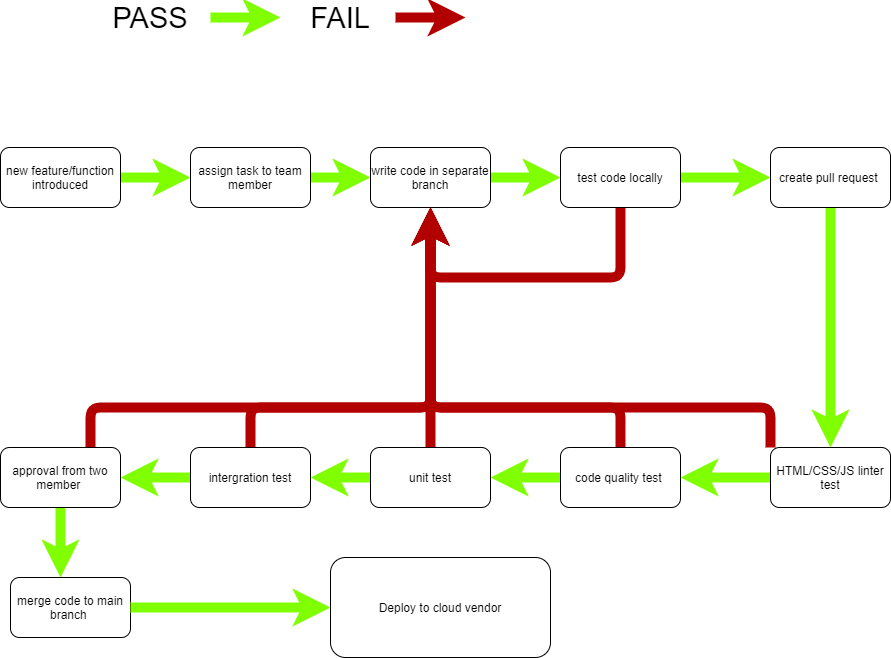
Before: admin/cipipeline/phase1.drawio.png, a diagram exported from draw.io (Big-Bytez/cse110-fa21-group19). Source tidied: cells renumbered, new cells last; positions are measured from the earlier drawing's top-left corner, leaving out a move shared by most shapes.
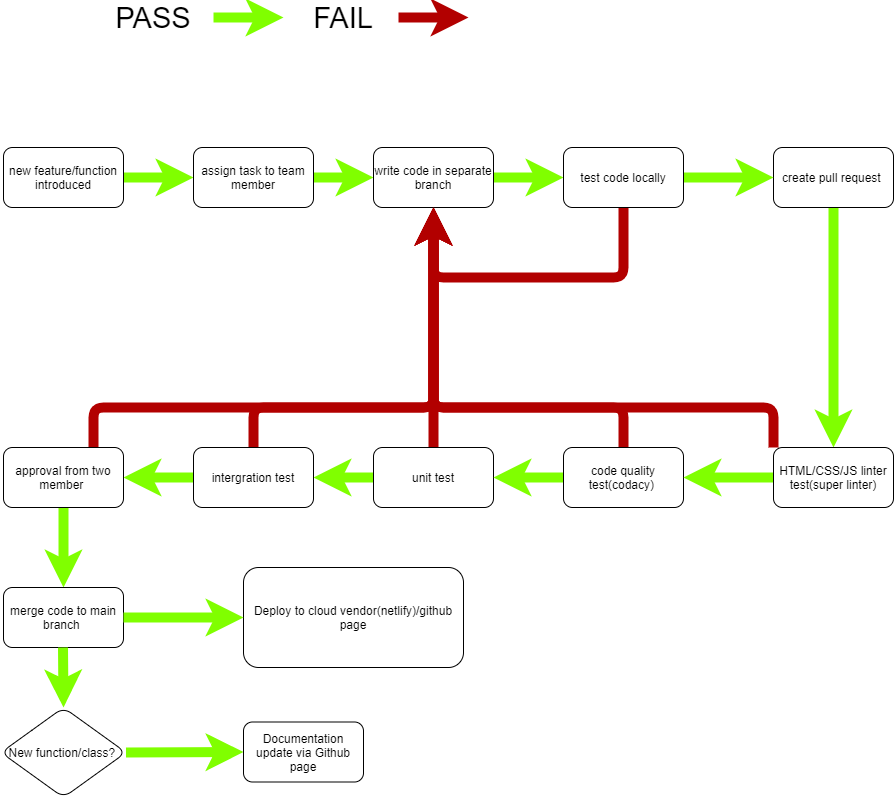
After the commit.

Commit message:
upload cicd overview

Diff of the diagram source:
```diff
@@ -42,10 +42,8 @@
     <mxCell id="11" value="intergration test" style="rounded=1;whiteSpace=wrap;html=1;" parent="1" vertex="1">
       <mxGeometry x="190" y="440" width="120" height="60" as="geometry" />
     </mxCell>
-    <mxCell id="12" style="edgeStyle=none;html=1;strokeWidth=10;fillColor=#60a917;strokeColor=#80FF00;entryX=0.5;entryY=0;entryDx=0;entryDy=0;" parent="1" edge="1" source="14">
-      <mxGeometry relative="1" as="geometry">
-        <mxPoint x="60" y="570" as="targetPoint" />
-      </mxGeometry>
+    <mxCell id="12" style="edgeStyle=none;html=1;strokeWidth=10;fillColor=#60a917;strokeColor=#80FF00;entryX=0.5;entryY=0;entryDx=0;entryDy=0;" parent="1" edge="1" source="14" target="15">
+      <mxGeometry relative="1" as="geometry" />
     </mxCell>
     <mxCell id="13" style="edgeStyle=none;html=1;exitX=0.75;exitY=0;exitDx=0;exitDy=0;strokeWidth=10;fillColor=#e51400;strokeColor=#B20000;" parent="1" edge="1" source="14">
       <mxGeometry relative="1" as="geometry">
@@ -60,7 +58,7 @@
       <mxGeometry y="440" width="120" height="60" as="geometry" />
     </mxCell>
     <mxCell id="15" value="merge code to main branch&amp;nbsp;" style="whiteSpace=wrap;html=1;rounded=1;" parent="1" vertex="1">
-      <mxGeometry x="10" y="570" width="120" height="60" as="geometry" />
+      <mxGeometry y="580" width="120" height="60" as="geometry" />
     </mxCell>
     <mxCell id="16" style="edgeStyle=none;html=1;strokeWidth=10;fillColor=#60a917;strokeColor=#80FF00;" parent="1" edge="1" source="17" target="19">
       <mxGeometry relative="1" as="geometry" />
@@ -101,7 +99,7 @@
         </Array>
       </mxGeometry>
     </mxCell>
-    <mxCell id="25" value="code quality test&amp;nbsp;" style="rounded=1;whiteSpace=wrap;html=1;" parent="1" vertex="1">
+    <mxCell id="25" value="code quality test(codacy)&amp;nbsp;" style="rounded=1;whiteSpace=wrap;html=1;" parent="1" vertex="1">
       <mxGeometry x="560" y="440" width="120" height="60" as="geometry" />
     </mxCell>
     <mxCell id="26" style="edgeStyle=none;html=1;strokeWidth=10;strokeColor=#80FF00;" parent="1" edge="1" source="28" target="25">
@@ -115,11 +113,11 @@
         </Array>
       </mxGeometry>
     </mxCell>
-    <mxCell id="28" value="&lt;span&gt;HTML/CSS/JS linter test&lt;/span&gt;" style="rounded=1;whiteSpace=wrap;html=1;" parent="1" vertex="1">
+    <mxCell id="28" value="&lt;span&gt;HTML/CSS/JS linter test(super linter)&lt;/span&gt;" style="rounded=1;whiteSpace=wrap;html=1;" parent="1" vertex="1">
       <mxGeometry x="770" y="440" width="120" height="60" as="geometry" />
     </mxCell>
-    <mxCell id="29" value="Deploy to cloud vendor" style="whiteSpace=wrap;html=1;rounded=1;" parent="1" vertex="1">
-      <mxGeometry x="330" y="550" width="220" height="100" as="geometry" />
+    <mxCell id="29" value="Deploy to cloud vendor(netlify)/github page" style="whiteSpace=wrap;html=1;rounded=1;" parent="1" vertex="1">
+      <mxGeometry x="240" y="560" width="220" height="100" as="geometry" />
     </mxCell>
     <mxCell id="30" style="endArrow=classic;html=1;strokeWidth=10;fillColor=#60a917;strokeColor=#80FF00;" parent="1" edge="1">
       <mxGeometry relative="1" as="geometry">
@@ -142,5 +140,19 @@
     <mxCell id="34" style="edgeStyle=none;html=1;strokeWidth=10;fillColor=#60a917;strokeColor=#80FF00;entryX=0;entryY=0.5;entryDx=0;entryDy=0;exitX=1;exitY=0.5;exitDx=0;exitDy=0;" parent="1" edge="1" source="15" target="29">
       <mxGeometry relative="1" as="geometry" />
     </mxCell>
+    <mxCell id="35" value="New function/class?&amp;nbsp;" style="rhombus;whiteSpace=wrap;html=1;rounded=1;" parent="1" vertex="1">
+      <mxGeometry x="-2.5" y="700" width="125" height="90" as="geometry" />
+    </mxCell>
+    <mxCell id="36" style="edgeStyle=none;html=1;strokeWidth=10;fillColor=#60a917;strokeColor=#80FF00;entryX=0.5;entryY=0;entryDx=0;entryDy=0;" parent="1" edge="1" target="35">
+      <mxGeometry relative="1" as="geometry">
+        <mxPoint x="59.5" y="640" as="sourcePoint" />
+      </mxGeometry>
+    </mxCell>
+    <mxCell id="37" style="edgeStyle=none;html=1;strokeWidth=10;fillColor=#60a917;strokeColor=#80FF00;entryX=0;entryY=0.5;entryDx=0;entryDy=0;exitX=1;exitY=0.5;exitDx=0;exitDy=0;" parent="1" edge="1" source="35" target="38">
+      <mxGeometry relative="1" as="geometry" />
+    </mxCell>
+    <mxCell id="38" value="Documentation update via Github page" style="rounded=1;whiteSpace=wrap;html=1;" parent="1" vertex="1">
+      <mxGeometry x="240" y="714.5" width="120" height="60" as="geometry" />
+    </mxCell>
   </root>
 </mxGraphModel>
```
